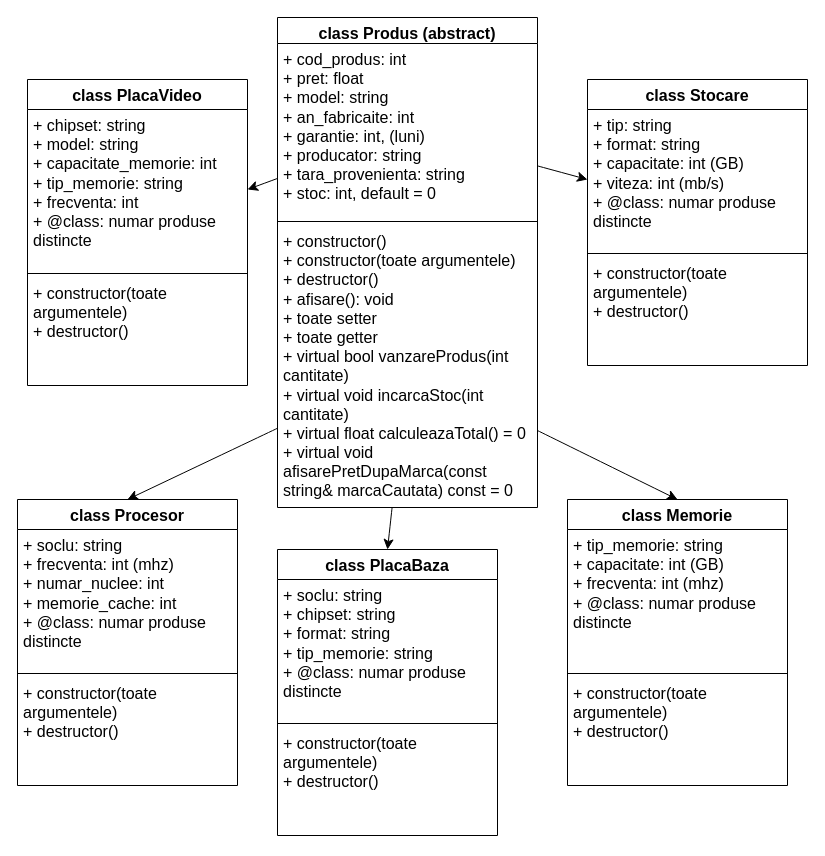
Earlier version of the draw.io diagram diagrame/clase.drawio (and-eu/Proiect_POO). Source tidied: cells renumbered, new cells numbered last; positions are measured from the earlier drawing's top-left corner, leaving out a move shared by most shapes. Both pictures are drawn from the tidied source at 100%, with x=0, y=0 at pixel (17, 17).
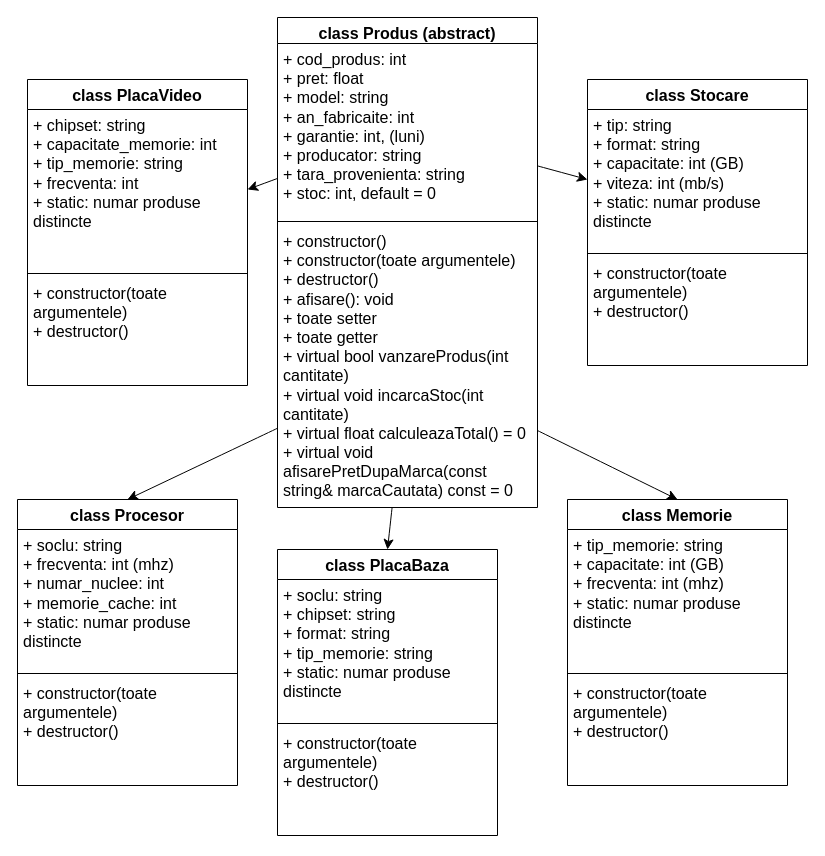
After the change.

Unchanged cells that the change refers to:
```xml
<mxCell id="6" value="class Procesor" style="swimlane;fontStyle=1;align=center;verticalAlign=top;horizontal=1;startSize=30;whiteSpace=wrap;html=1;fontSize=16;" parent="1" vertex="1">
  <mxGeometry y="482" width="220" height="286" as="geometry" />
</mxCell>
<mxCell id="10" value="class PlacaBaza" style="swimlane;fontStyle=1;align=center;verticalAlign=top;horizontal=1;startSize=30;whiteSpace=wrap;html=1;fontSize=16;" parent="1" vertex="1">
  <mxGeometry x="260" y="532" width="220" height="286" as="geometry" />
</mxCell>
<mxCell id="14" value="class Memorie" style="swimlane;fontStyle=1;align=center;verticalAlign=top;horizontal=1;startSize=30;whiteSpace=wrap;html=1;fontSize=16;" parent="1" vertex="1">
  <mxGeometry x="550" y="482" width="220" height="286" as="geometry" />
</mxCell>
<mxCell id="18" value="class Stocare" style="swimlane;fontStyle=1;align=center;verticalAlign=top;horizontal=1;startSize=30;whiteSpace=wrap;html=1;fontSize=16;" parent="1" vertex="1">
  <mxGeometry x="570" y="62" width="220" height="286" as="geometry" />
</mxCell>
<mxCell id="22" value="class PlacaVideo" style="swimlane;fontStyle=1;align=center;verticalAlign=top;horizontal=1;startSize=30;whiteSpace=wrap;html=1;fontSize=16;" parent="1" vertex="1">
  <mxGeometry x="10" y="62" width="220" height="306" as="geometry" />
</mxCell>
```

Change to the diagram source:
```diff
@@
-    <mxCell id="7" value="+ soclu: string&lt;br&gt;+ frecventa: int (mhz)&lt;br&gt;+ numar_nuclee: int&lt;br&gt;+ memorie_cache: int&lt;br&gt;+ @class: numar produse distincte" style="text;strokeColor=none;fillColor=none;align=left;verticalAlign=top;spacingLeft=4;spacingRight=4;overflow=hidden;whiteSpace=wrap;html=1;fontSize=16;" parent="6" vertex="1">
+    <mxCell id="7" value="+ soclu: string&lt;br&gt;+ frecventa: int (mhz)&lt;br&gt;+ numar_nuclee: int&lt;br&gt;+ memorie_cache: int&lt;br&gt;+ static: numar produse distincte" style="text;strokeColor=none;fillColor=none;align=left;verticalAlign=top;spacingLeft=4;spacingRight=4;overflow=hidden;whiteSpace=wrap;html=1;fontSize=16;" parent="6" vertex="1">
       <mxGeometry y="30" width="220" height="140" as="geometry" />
     </mxCell>
@@
-    <mxCell id="11" value="+ soclu: string&lt;br&gt;+ chipset: string&lt;br&gt;+ format: string&lt;br&gt;+ tip_memorie: string&lt;br&gt;+ @class: numar produse distincte" style="text;strokeColor=none;fillColor=none;align=left;verticalAlign=top;spacingLeft=4;spacingRight=4;overflow=hidden;whiteSpace=wrap;html=1;fontSize=16;" parent="10" vertex="1">
+    <mxCell id="11" value="+ soclu: string&lt;br&gt;+ chipset: string&lt;br&gt;+ format: string&lt;br&gt;+ tip_memorie: string&lt;br&gt;+ static:&amp;nbsp;numar produse distincte" style="text;strokeColor=none;fillColor=none;align=left;verticalAlign=top;spacingLeft=4;spacingRight=4;overflow=hidden;whiteSpace=wrap;html=1;fontSize=16;" parent="10" vertex="1">
       <mxGeometry y="30" width="220" height="140" as="geometry" />
     </mxCell>
@@
-    <mxCell id="15" value="+ tip_memorie: string&lt;br&gt;+ capacitate: int (GB)&lt;br&gt;+ frecventa: int (mhz)&lt;br&gt;+ @class: numar produse distincte" style="text;strokeColor=none;fillColor=none;align=left;verticalAlign=top;spacingLeft=4;spacingRight=4;overflow=hidden;whiteSpace=wrap;html=1;fontSize=16;" parent="14" vertex="1">
+    <mxCell id="15" value="+ tip_memorie: string&lt;br&gt;+ capacitate: int (GB)&lt;br&gt;+ frecventa: int (mhz)&lt;br&gt;+ static:&amp;nbsp;numar produse distincte" style="text;strokeColor=none;fillColor=none;align=left;verticalAlign=top;spacingLeft=4;spacingRight=4;overflow=hidden;whiteSpace=wrap;html=1;fontSize=16;" parent="14" vertex="1">
       <mxGeometry y="30" width="220" height="140" as="geometry" />
     </mxCell>
@@
-    <mxCell id="19" value="+ tip: string&lt;br&gt;+ format: string&lt;br&gt;+ capacitate: int (GB)&lt;br&gt;+ viteza: int (mb/s)&lt;br&gt;+ @class: numar produse distincte" style="text;strokeColor=none;fillColor=none;align=left;verticalAlign=top;spacingLeft=4;spacingRight=4;overflow=hidden;points=[[0,0.5],[1,0.5]];portConstraint=eastwest;whiteSpace=wrap;html=1;fontSize=16;" parent="18" vertex="1">
+    <mxCell id="19" value="+ tip: string&lt;br&gt;+ format: string&lt;br&gt;+ capacitate: int (GB)&lt;br&gt;+ viteza: int (mb/s)&lt;br&gt;+ static:&amp;nbsp;numar produse distincte" style="text;strokeColor=none;fillColor=none;align=left;verticalAlign=top;spacingLeft=4;spacingRight=4;overflow=hidden;points=[[0,0.5],[1,0.5]];portConstraint=eastwest;whiteSpace=wrap;html=1;fontSize=16;" parent="18" vertex="1">
       <mxGeometry y="30" width="220" height="140" as="geometry" />
     </mxCell>
@@
-    <mxCell id="23" value="+ chipset: string&lt;br&gt;+ model: string&lt;br&gt;+ capacitate_memorie: int&lt;br&gt;+ tip_memorie: string&lt;br&gt;+ frecventa: int&lt;br&gt;+ @class: numar produse distincte" style="text;strokeColor=none;fillColor=none;align=left;verticalAlign=top;spacingLeft=4;spacingRight=4;overflow=hidden;points=[[0,0.5],[1,0.5]];portConstraint=eastwest;whiteSpace=wrap;html=1;fontSize=16;" parent="22" vertex="1">
+    <mxCell id="23" value="+ chipset: string&lt;br&gt;+ capacitate_memorie: int&lt;br&gt;+ tip_memorie: string&lt;br&gt;+ frecventa: int&lt;br&gt;+ static: numar produse distincte" style="text;strokeColor=none;fillColor=none;align=left;verticalAlign=top;spacingLeft=4;spacingRight=4;overflow=hidden;points=[[0,0.5],[1,0.5]];portConstraint=eastwest;whiteSpace=wrap;html=1;fontSize=16;" parent="22" vertex="1">
       <mxGeometry y="30" width="220" height="160" as="geometry" />
     </mxCell>
```
